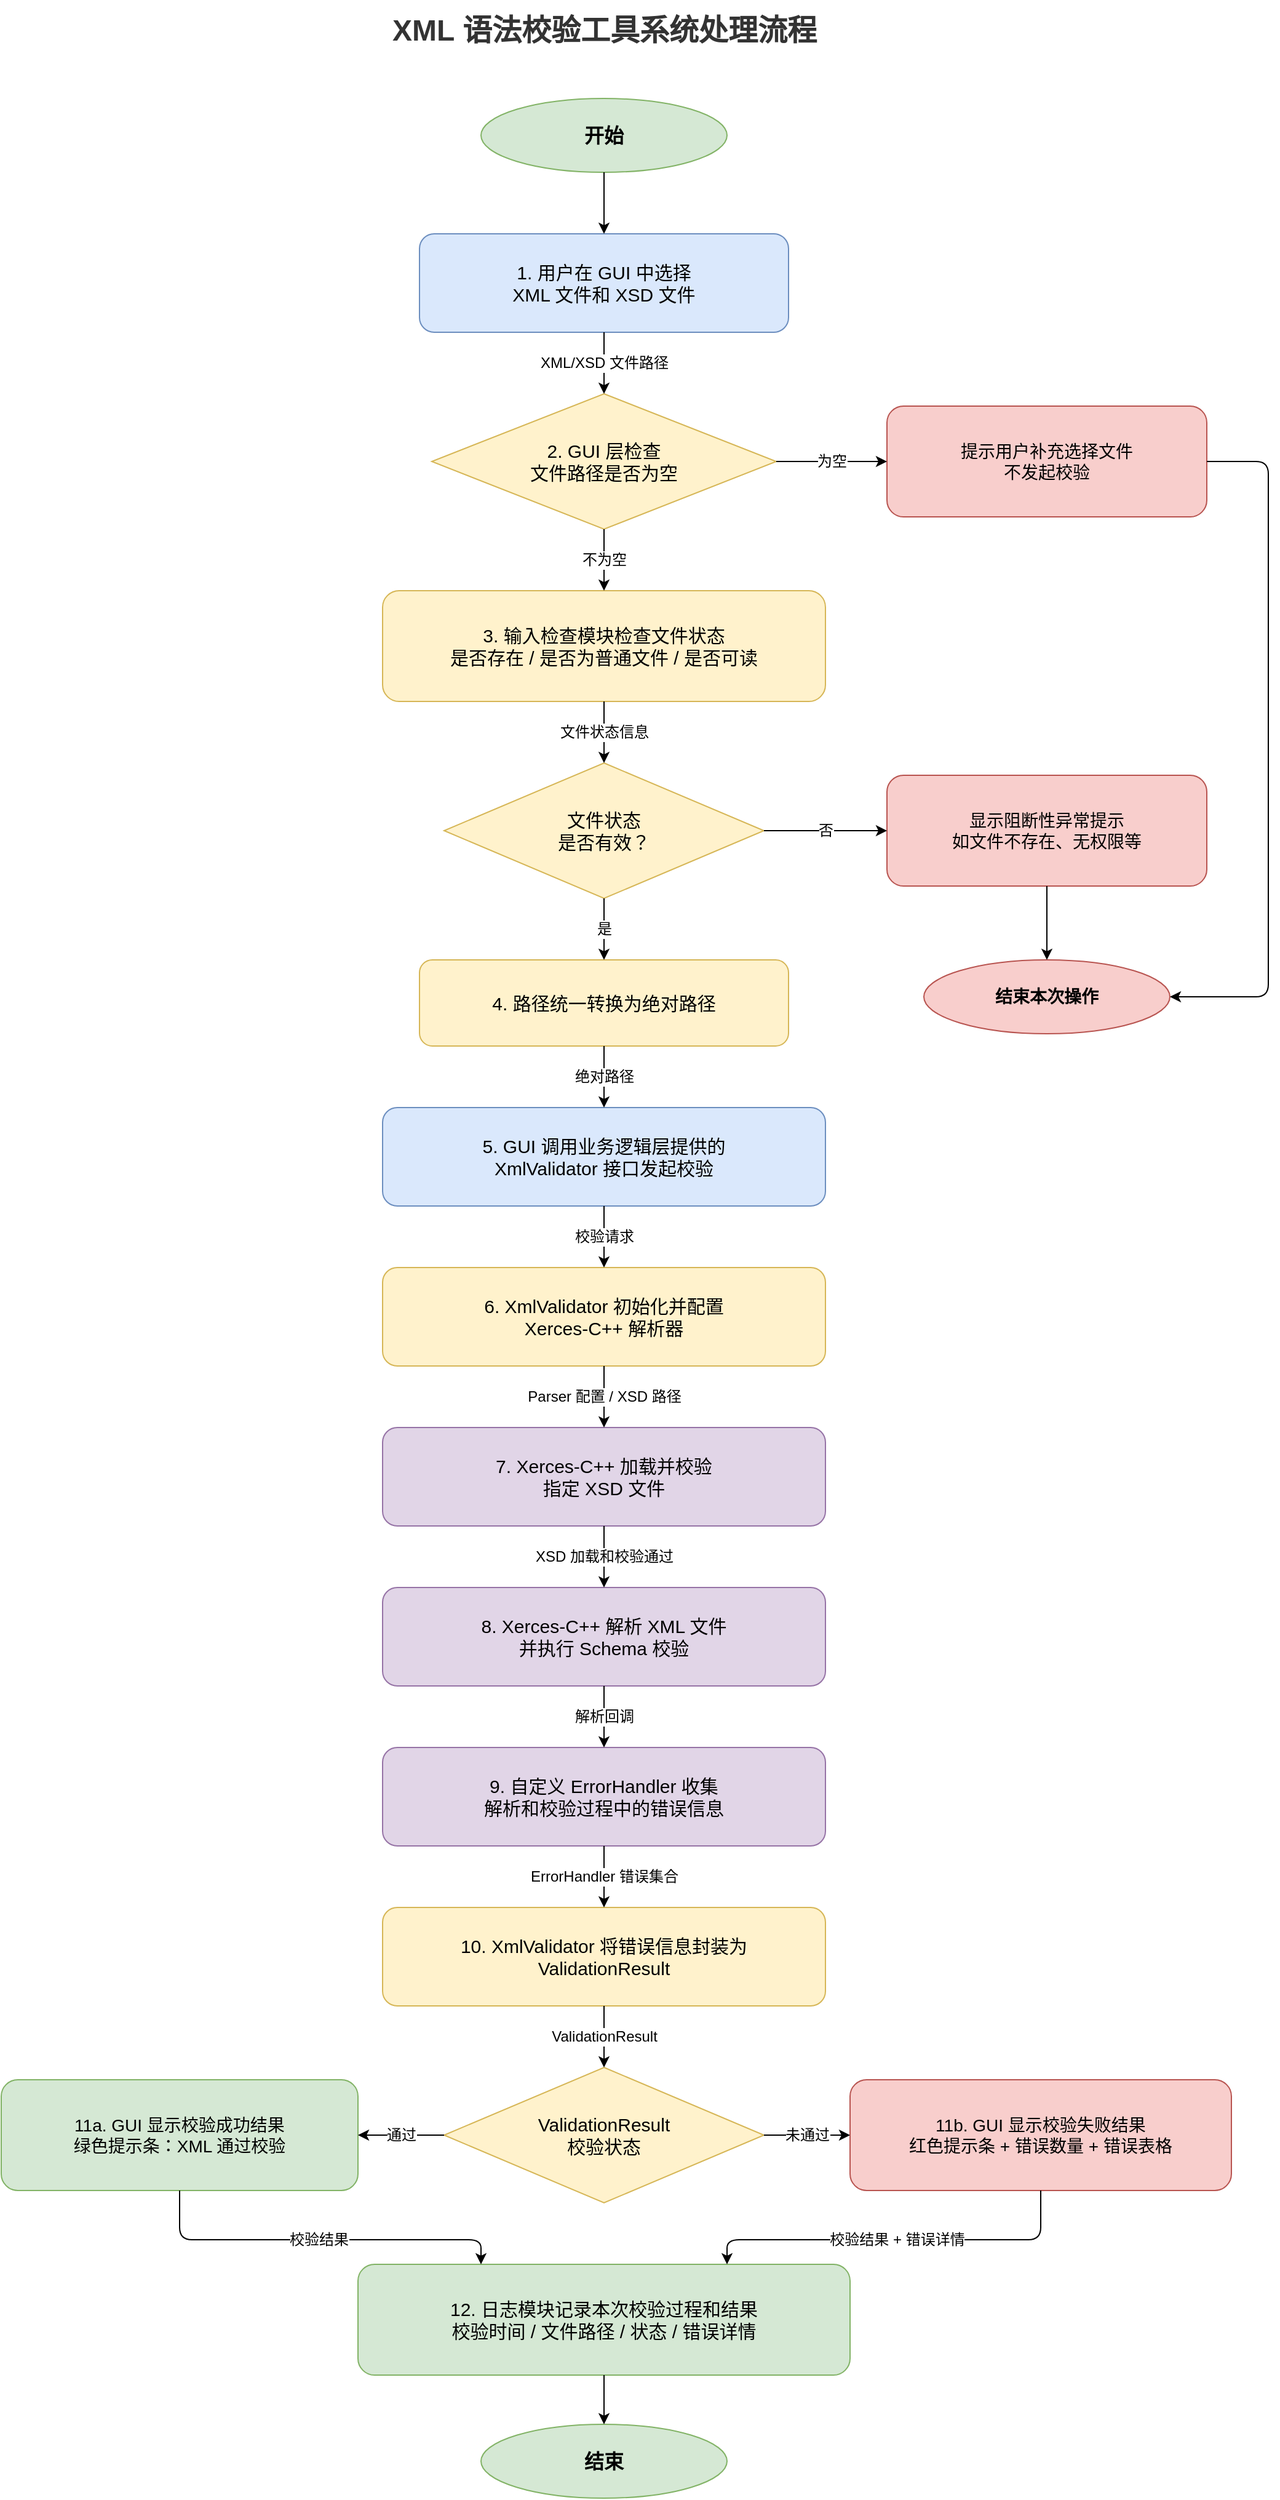
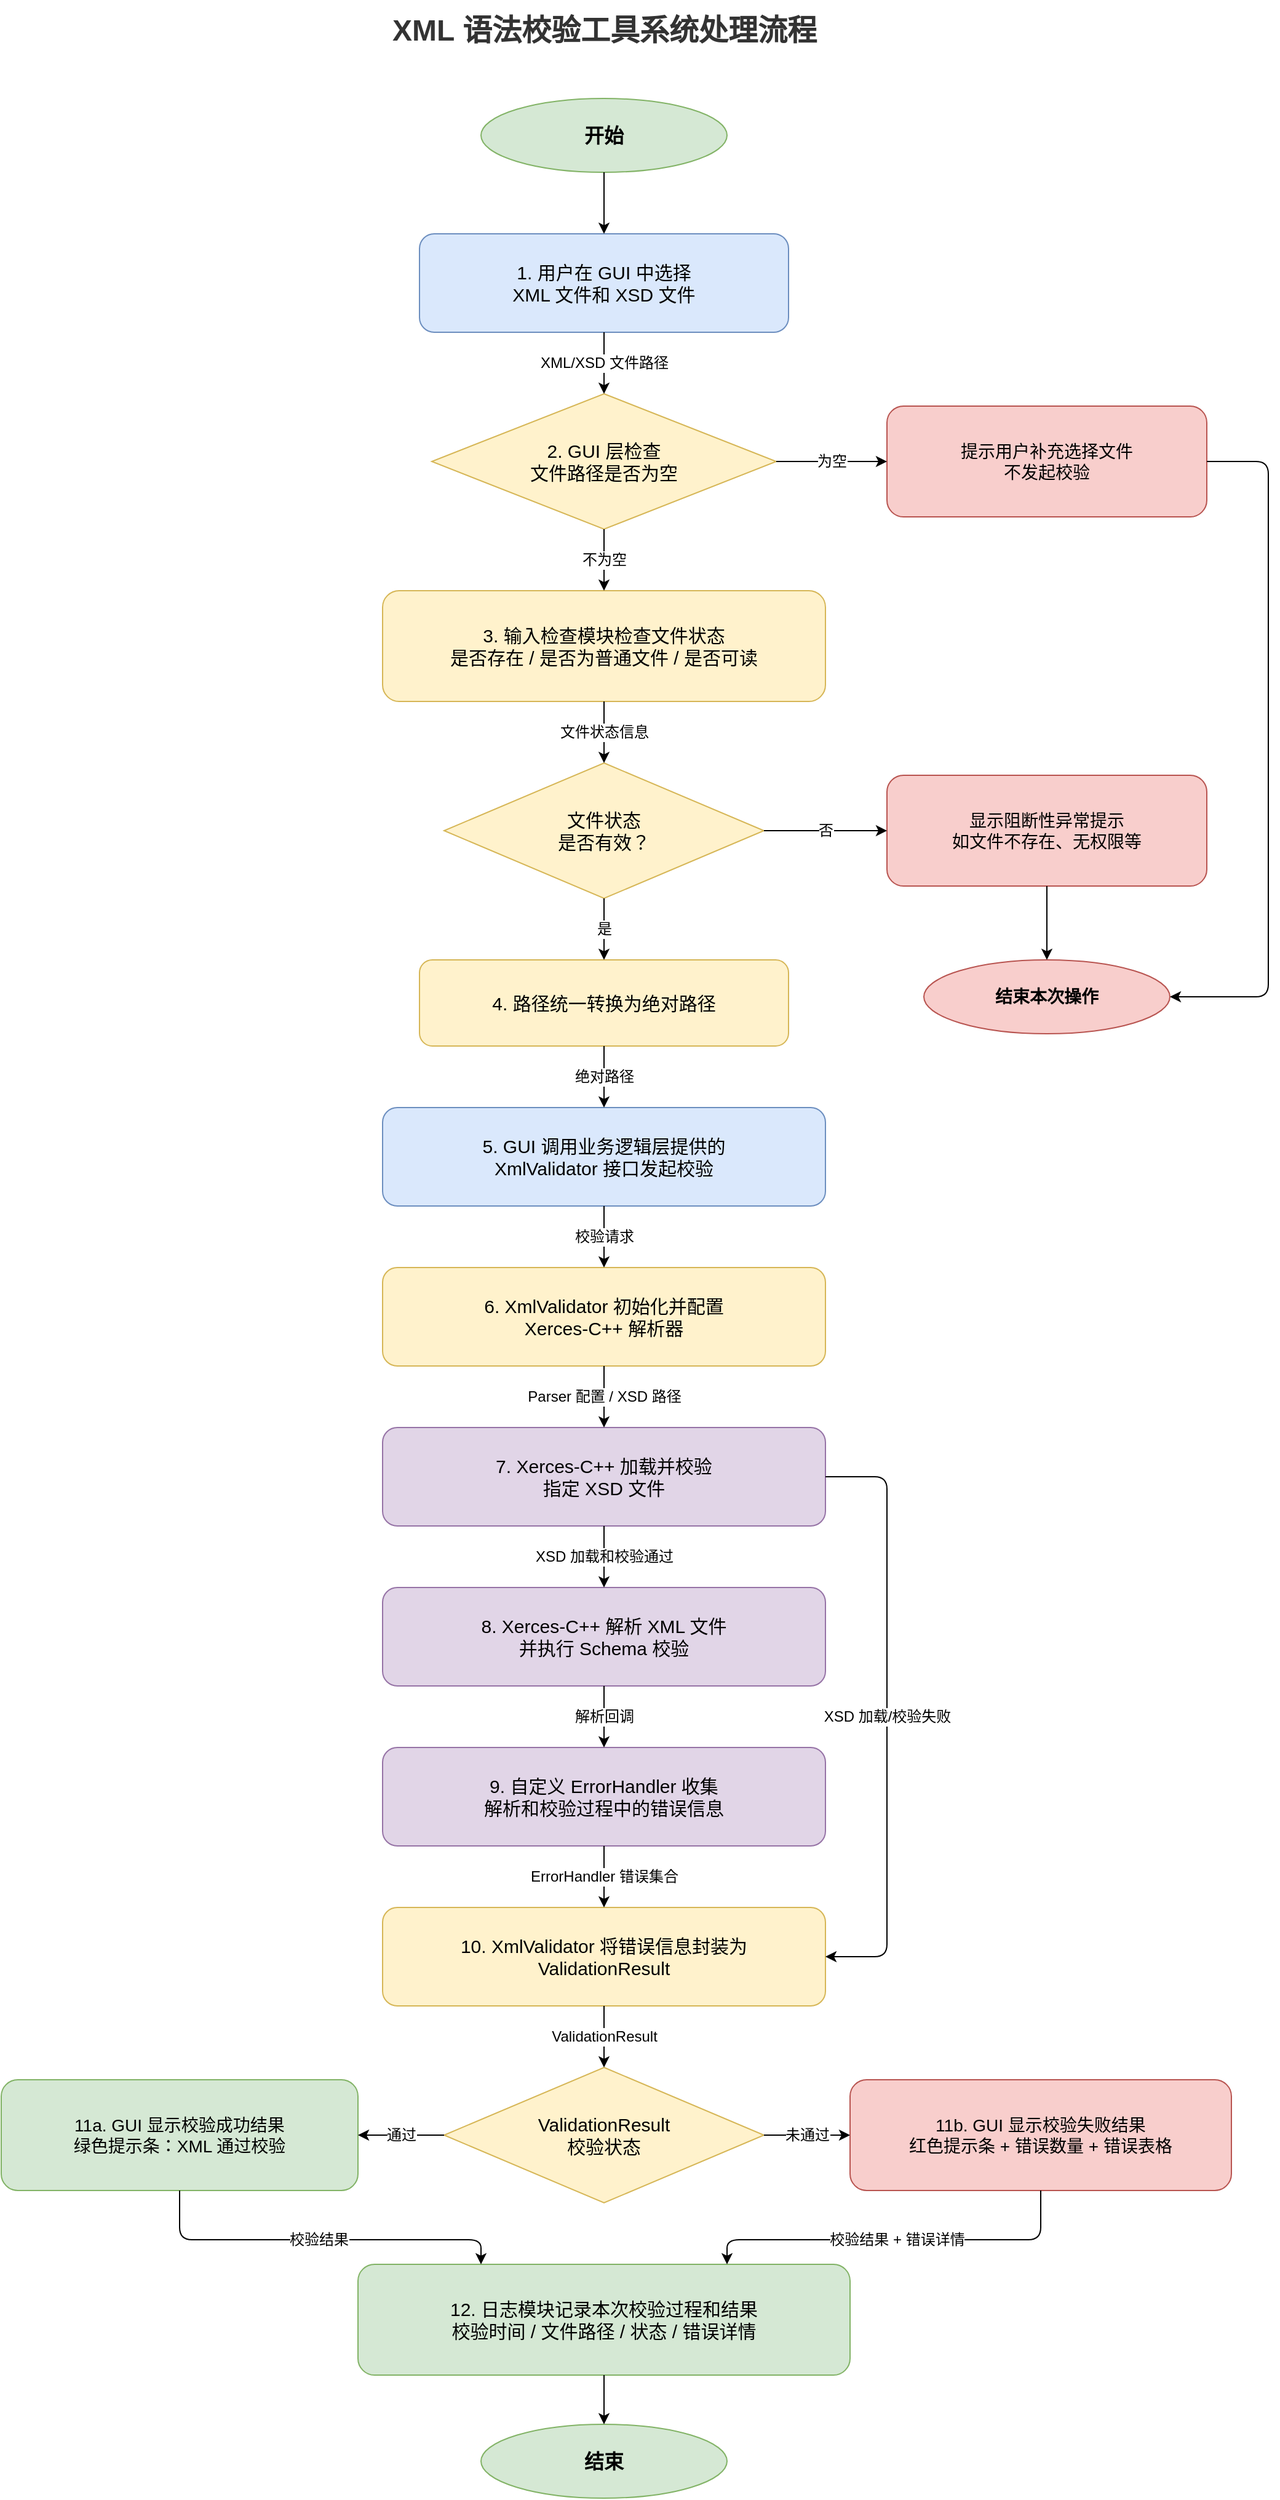
<?xml version="1.0" encoding="UTF-8"?>
<mxfile host="drawio" version="26.0.0">
  <diagram name="系统处理流程">
    <mxGraphModel dx="1422" dy="794" grid="1" gridSize="10" guides="1" tooltips="1" connect="1" arrows="1" fold="1" page="1" pageScale="1" pageWidth="1400" pageHeight="2100" math="0" shadow="0">
      <root>
        <mxCell id="0" />
        <mxCell id="1" parent="0" />
        <mxCell id="title" value="XML 语法校验工具系统处理流程" style="text;html=1;strokeColor=none;fillColor=none;align=center;verticalAlign=middle;fontSize=24;fontStyle=1;fontColor=#333333;" vertex="1" parent="1">
          <mxGeometry x="350" y="30" width="700" height="50" as="geometry" />
        </mxCell>
        <mxCell id="start" value="开始" style="ellipse;whiteSpace=wrap;html=1;fillColor=#d5e8d4;strokeColor=#82b366;fontSize=16;fontStyle=1;" vertex="1" parent="1">
          <mxGeometry x="600" y="110" width="200" height="60" as="geometry" />
        </mxCell>
        <mxCell id="s1" value="1. 用户在 GUI 中选择&#xa;XML 文件和 XSD 文件" style="rounded=1;whiteSpace=wrap;html=1;fillColor=#dae8fc;strokeColor=#6c8ebf;fontSize=15;spacing=8;" vertex="1" parent="1">
          <mxGeometry x="550" y="220" width="300" height="80" as="geometry" />
        </mxCell>
        <mxCell id="d1" value="2. GUI 层检查&#xa;文件路径是否为空" style="rhombus;whiteSpace=wrap;html=1;fillColor=#fff2cc;strokeColor=#d6b656;fontSize=15;spacing=8;" vertex="1" parent="1">
          <mxGeometry x="560" y="350" width="280" height="110" as="geometry" />
        </mxCell>
        <mxCell id="ex1" value="提示用户补充选择文件&#xa;不发起校验" style="rounded=1;whiteSpace=wrap;html=1;fillColor=#f8cecc;strokeColor=#b85450;fontSize=14;spacing=8;" vertex="1" parent="1">
          <mxGeometry x="930" y="360" width="260" height="90" as="geometry" />
        </mxCell>
        <mxCell id="s3" value="3. 输入检查模块检查文件状态&#xa;是否存在 / 是否为普通文件 / 是否可读" style="rounded=1;whiteSpace=wrap;html=1;fillColor=#fff2cc;strokeColor=#d6b656;fontSize=15;spacing=8;" vertex="1" parent="1">
          <mxGeometry x="520" y="510" width="360" height="90" as="geometry" />
        </mxCell>
        <mxCell id="d2" value="文件状态&#xa;是否有效？" style="rhombus;whiteSpace=wrap;html=1;fillColor=#fff2cc;strokeColor=#d6b656;fontSize=15;spacing=8;" vertex="1" parent="1">
          <mxGeometry x="570" y="650" width="260" height="110" as="geometry" />
        </mxCell>
        <mxCell id="ex2" value="显示阻断性异常提示&#xa;如文件不存在、无权限等" style="rounded=1;whiteSpace=wrap;html=1;fillColor=#f8cecc;strokeColor=#b85450;fontSize=14;spacing=8;" vertex="1" parent="1">
          <mxGeometry x="930" y="660" width="260" height="90" as="geometry" />
        </mxCell>
        <mxCell id="ex_end" value="结束本次操作" style="ellipse;whiteSpace=wrap;html=1;fillColor=#f8cecc;strokeColor=#b85450;fontSize=14;fontStyle=1;" vertex="1" parent="1">
          <mxGeometry x="960" y="810" width="200" height="60" as="geometry" />
        </mxCell>
        <mxCell id="s4" value="4. 路径统一转换为绝对路径" style="rounded=1;whiteSpace=wrap;html=1;fillColor=#fff2cc;strokeColor=#d6b656;fontSize=15;spacing=8;" vertex="1" parent="1">
          <mxGeometry x="550" y="810" width="300" height="70" as="geometry" />
        </mxCell>
        <mxCell id="s5" value="5. GUI 调用业务逻辑层提供的&#xa;XmlValidator 接口发起校验" style="rounded=1;whiteSpace=wrap;html=1;fillColor=#dae8fc;strokeColor=#6c8ebf;fontSize=15;spacing=8;" vertex="1" parent="1">
          <mxGeometry x="520" y="930" width="360" height="80" as="geometry" />
        </mxCell>
        <mxCell id="s6" value="6. XmlValidator 初始化并配置&#xa;Xerces-C++ 解析器" style="rounded=1;whiteSpace=wrap;html=1;fillColor=#fff2cc;strokeColor=#d6b656;fontSize=15;spacing=8;" vertex="1" parent="1">
          <mxGeometry x="520" y="1060" width="360" height="80" as="geometry" />
        </mxCell>
        <mxCell id="s7" value="7. Xerces-C++ 加载并校验&#xa;指定 XSD 文件" style="rounded=1;whiteSpace=wrap;html=1;fillColor=#e1d5e7;strokeColor=#9673a6;fontSize=15;spacing=8;" vertex="1" parent="1">
          <mxGeometry x="520" y="1190" width="360" height="80" as="geometry" />
        </mxCell>
        <mxCell id="s8" value="8. Xerces-C++ 解析 XML 文件&#xa;并执行 Schema 校验" style="rounded=1;whiteSpace=wrap;html=1;fillColor=#e1d5e7;strokeColor=#9673a6;fontSize=15;spacing=8;" vertex="1" parent="1">
          <mxGeometry x="520" y="1320" width="360" height="80" as="geometry" />
        </mxCell>
        <mxCell id="s9h" value="9. 自定义 ErrorHandler 收集&#xa;解析和校验过程中的错误信息" style="rounded=1;whiteSpace=wrap;html=1;fillColor=#e1d5e7;strokeColor=#9673a6;fontSize=15;spacing=8;" vertex="1" parent="1">
          <mxGeometry x="520" y="1450" width="360" height="80" as="geometry" />
        </mxCell>
        <mxCell id="s9" value="10. XmlValidator 将错误信息封装为&#xa;ValidationResult" style="rounded=1;whiteSpace=wrap;html=1;fillColor=#fff2cc;strokeColor=#d6b656;fontSize=15;spacing=8;" vertex="1" parent="1">
          <mxGeometry x="520" y="1580" width="360" height="80" as="geometry" />
        </mxCell>
        <mxCell id="d3" value="ValidationResult&#xa;校验状态" style="rhombus;whiteSpace=wrap;html=1;fillColor=#fff2cc;strokeColor=#d6b656;fontSize=15;spacing=8;" vertex="1" parent="1">
          <mxGeometry x="570" y="1710" width="260" height="110" as="geometry" />
        </mxCell>
        <mxCell id="ok" value="11a. GUI 显示校验成功结果&#xa;绿色提示条：XML 通过校验" style="rounded=1;whiteSpace=wrap;html=1;fillColor=#d5e8d4;strokeColor=#82b366;fontSize=14;spacing=8;" vertex="1" parent="1">
          <mxGeometry x="210" y="1720" width="290" height="90" as="geometry" />
        </mxCell>
        <mxCell id="bad" value="11b. GUI 显示校验失败结果&#xa;红色提示条 + 错误数量 + 错误表格" style="rounded=1;whiteSpace=wrap;html=1;fillColor=#f8cecc;strokeColor=#b85450;fontSize=14;spacing=8;" vertex="1" parent="1">
          <mxGeometry x="900" y="1720" width="310" height="90" as="geometry" />
        </mxCell>
        <mxCell id="log" value="12. 日志模块记录本次校验过程和结果&#xa;校验时间 / 文件路径 / 状态 / 错误详情" style="rounded=1;whiteSpace=wrap;html=1;fillColor=#d5e8d4;strokeColor=#82b366;fontSize=15;spacing=8;" vertex="1" parent="1">
          <mxGeometry x="500" y="1870" width="400" height="90" as="geometry" />
        </mxCell>
        <mxCell id="end" value="结束" style="ellipse;whiteSpace=wrap;html=1;fillColor=#d5e8d4;strokeColor=#82b366;fontSize=16;fontStyle=1;" vertex="1" parent="1">
          <mxGeometry x="600" y="2000" width="200" height="60" as="geometry" />
        </mxCell>
+ 
+ 
+ 
        <mxCell id="e_start_s1" value="" style="edgeStyle=orthogonalEdgeStyle;rounded=1;orthogonalLoop=1;jettySize=auto;html=1;exitX=0.5;exitY=1;exitDx=0;exitDy=0;entryX=0.5;entryY=0;entryDx=0;entryDy=0;" edge="1" parent="1" source="start" target="s1">
          <mxGeometry relative="1" as="geometry" />
        </mxCell>
        <mxCell id="e_s1_d1" value="XML/XSD 文件路径" style="edgeStyle=orthogonalEdgeStyle;rounded=1;orthogonalLoop=1;jettySize=auto;html=1;fontSize=12;labelBackgroundColor=#ffffff;exitX=0.5;exitY=1;exitDx=0;exitDy=0;entryX=0.5;entryY=0;entryDx=0;entryDy=0;" edge="1" parent="1" source="s1" target="d1">
          <mxGeometry relative="1" as="geometry" />
        </mxCell>
        <mxCell id="e_d1_ex1" value="为空" style="edgeStyle=orthogonalEdgeStyle;rounded=1;orthogonalLoop=1;jettySize=auto;html=1;fontSize=12;labelBackgroundColor=#ffffff;exitX=1;exitY=0.5;exitDx=0;exitDy=0;entryX=0;entryY=0.5;entryDx=0;entryDy=0;" edge="1" parent="1" source="d1" target="ex1">
          <mxGeometry relative="1" as="geometry" />
        </mxCell>
        <mxCell id="e_d1_s3" value="不为空" style="edgeStyle=orthogonalEdgeStyle;rounded=1;orthogonalLoop=1;jettySize=auto;html=1;fontSize=12;labelBackgroundColor=#ffffff;exitX=0.5;exitY=1;exitDx=0;exitDy=0;entryX=0.5;entryY=0;entryDx=0;entryDy=0;" edge="1" parent="1" source="d1" target="s3">
          <mxGeometry relative="1" as="geometry" />
        </mxCell>
        <mxCell id="e_s3_d2" value="文件状态信息" style="edgeStyle=orthogonalEdgeStyle;rounded=1;orthogonalLoop=1;jettySize=auto;html=1;fontSize=12;labelBackgroundColor=#ffffff;exitX=0.5;exitY=1;exitDx=0;exitDy=0;entryX=0.5;entryY=0;entryDx=0;entryDy=0;" edge="1" parent="1" source="s3" target="d2">
          <mxGeometry relative="1" as="geometry" />
        </mxCell>
        <mxCell id="e_d2_ex2" value="否" style="edgeStyle=orthogonalEdgeStyle;rounded=1;orthogonalLoop=1;jettySize=auto;html=1;fontSize=12;labelBackgroundColor=#ffffff;exitX=1;exitY=0.5;exitDx=0;exitDy=0;entryX=0;entryY=0.5;entryDx=0;entryDy=0;" edge="1" parent="1" source="d2" target="ex2">
          <mxGeometry relative="1" as="geometry" />
        </mxCell>
        <mxCell id="e_d2_s4" value="是" style="edgeStyle=orthogonalEdgeStyle;rounded=1;orthogonalLoop=1;jettySize=auto;html=1;fontSize=12;labelBackgroundColor=#ffffff;exitX=0.5;exitY=1;exitDx=0;exitDy=0;entryX=0.5;entryY=0;entryDx=0;entryDy=0;" edge="1" parent="1" source="d2" target="s4">
          <mxGeometry relative="1" as="geometry" />
        </mxCell>
        <mxCell id="e_s4_s5" value="绝对路径" style="edgeStyle=orthogonalEdgeStyle;rounded=1;orthogonalLoop=1;jettySize=auto;html=1;fontSize=12;labelBackgroundColor=#ffffff;exitX=0.5;exitY=1;exitDx=0;exitDy=0;entryX=0.5;entryY=0;entryDx=0;entryDy=0;" edge="1" parent="1" source="s4" target="s5">
          <mxGeometry relative="1" as="geometry" />
        </mxCell>
        <mxCell id="e_s5_s6" value="校验请求" style="edgeStyle=orthogonalEdgeStyle;rounded=1;orthogonalLoop=1;jettySize=auto;html=1;fontSize=12;labelBackgroundColor=#ffffff;exitX=0.5;exitY=1;exitDx=0;exitDy=0;entryX=0.5;entryY=0;entryDx=0;entryDy=0;" edge="1" parent="1" source="s5" target="s6">
          <mxGeometry relative="1" as="geometry" />
        </mxCell>
        <mxCell id="e_s6_s7" value="Parser 配置 / XSD 路径" style="edgeStyle=orthogonalEdgeStyle;rounded=1;orthogonalLoop=1;jettySize=auto;html=1;fontSize=12;labelBackgroundColor=#ffffff;exitX=0.5;exitY=1;exitDx=0;exitDy=0;entryX=0.5;entryY=0;entryDx=0;entryDy=0;" edge="1" parent="1" source="s6" target="s7">
          <mxGeometry relative="1" as="geometry" />
        </mxCell>
        <mxCell id="e_s7_s8" value="XSD 加载和校验通过" style="edgeStyle=orthogonalEdgeStyle;rounded=1;orthogonalLoop=1;jettySize=auto;html=1;fontSize=12;labelBackgroundColor=#ffffff;exitX=0.5;exitY=1;exitDx=0;exitDy=0;entryX=0.5;entryY=0;entryDx=0;entryDy=0;" edge="1" parent="1" source="s7" target="s8">
          <mxGeometry relative="1" as="geometry" />
        </mxCell>
+ 
+         <!-- 新增：XSD 加载失败异常分支 -->
+         <mxCell id="e_s7_s9" value="XSD 加载/校验失败" style="edgeStyle=orthogonalEdgeStyle;rounded=1;orthogonalLoop=1;jettySize=auto;html=1;fontSize=12;labelBackgroundColor=#ffffff;exitX=1;exitY=0.5;exitDx=0;exitDy=0;entryX=1;entryY=0.5;entryDx=0;entryDy=0;" edge="1" parent="1" source="s7" target="s9">
+           <mxGeometry relative="1" as="geometry">
+             <Array as="points">
+               <mxPoint x="930" y="1230" />
+               <mxPoint x="930" y="1620" />
+             </Array>
+           </mxGeometry>
+         </mxCell>
+ 
        <mxCell id="e_s8_s9h" value="解析回调" style="edgeStyle=orthogonalEdgeStyle;rounded=1;orthogonalLoop=1;jettySize=auto;html=1;fontSize=12;labelBackgroundColor=#ffffff;exitX=0.5;exitY=1;exitDx=0;exitDy=0;entryX=0.5;entryY=0;entryDx=0;entryDy=0;" edge="1" parent="1" source="s8" target="s9h">
          <mxGeometry relative="1" as="geometry" />
        </mxCell>
        <mxCell id="e_s8_s9" value="ErrorHandler 错误集合" style="edgeStyle=orthogonalEdgeStyle;rounded=1;orthogonalLoop=1;jettySize=auto;html=1;fontSize=12;labelBackgroundColor=#ffffff;exitX=0.5;exitY=1;exitDx=0;exitDy=0;entryX=0.5;entryY=0;entryDx=0;entryDy=0;" edge="1" parent="1" source="s9h" target="s9">
          <mxGeometry relative="1" as="geometry" />
        </mxCell>
        <mxCell id="e_s9_d3" value="ValidationResult" style="edgeStyle=orthogonalEdgeStyle;rounded=1;orthogonalLoop=1;jettySize=auto;html=1;fontSize=12;labelBackgroundColor=#ffffff;exitX=0.5;exitY=1;exitDx=0;exitDy=0;entryX=0.5;entryY=0;entryDx=0;entryDy=0;" edge="1" parent="1" source="s9" target="d3">
          <mxGeometry relative="1" as="geometry" />
        </mxCell>
        <mxCell id="e_d3_ok" value="通过" style="edgeStyle=orthogonalEdgeStyle;rounded=1;orthogonalLoop=1;jettySize=auto;html=1;fontSize=12;labelBackgroundColor=#ffffff;exitX=0;exitY=0.5;exitDx=0;exitDy=0;entryX=1;entryY=0.5;entryDx=0;entryDy=0;" edge="1" parent="1" source="d3" target="ok">
          <mxGeometry relative="1" as="geometry" />
        </mxCell>
        <mxCell id="e_d3_bad" value="未通过" style="edgeStyle=orthogonalEdgeStyle;rounded=1;orthogonalLoop=1;jettySize=auto;html=1;fontSize=12;labelBackgroundColor=#ffffff;exitX=1;exitY=0.5;exitDx=0;exitDy=0;entryX=0;entryY=0.5;entryDx=0;entryDy=0;" edge="1" parent="1" source="d3" target="bad">
          <mxGeometry relative="1" as="geometry" />
        </mxCell>
+ 
+         <!-- 新增：ValidationResult Failed 走向及日志节点指向 -->
+         <mxCell id="e_d3_fail" value="失败" style="edgeStyle=orthogonalEdgeStyle;rounded=1;orthogonalLoop=1;jettySize=auto;html=1;fontSize=12;labelBackgroundColor=#ffffff;exitX=0.5;exitY=1;exitDx=0;exitDy=0;entryX=0.5;entryY=0;entryDx=0;entryDy=0;" edge="1" parent="1" source="d3" target="fail">
+           <mxGeometry relative="1" as="geometry" />
+         </mxCell>
+         <mxCell id="e_fail_log" value="记录系统运行日志" style="edgeStyle=orthogonalEdgeStyle;rounded=1;orthogonalLoop=1;jettySize=auto;html=1;fontSize=12;labelBackgroundColor=#ffffff;exitX=0.5;exitY=1;exitDx=0;exitDy=0;entryX=0.5;entryY=0;entryDx=0;entryDy=0;" edge="1" parent="1" source="fail" target="log">
+           <mxGeometry relative="1" as="geometry" />
+         </mxCell>
+ 
        <mxCell id="e_ok_log" value="校验结果" style="edgeStyle=orthogonalEdgeStyle;rounded=1;orthogonalLoop=1;jettySize=auto;html=1;fontSize=12;labelBackgroundColor=#ffffff;exitX=0.5;exitY=1;exitDx=0;exitDy=0;entryX=0.25;entryY=0;entryDx=0;entryDy=0;" edge="1" parent="1" source="ok" target="log">
          <mxGeometry relative="1" as="geometry">
            <Array as="points">
              <mxPoint x="355" y="1850" />
              <mxPoint x="600" y="1850" />
            </Array>
          </mxGeometry>
        </mxCell>
        <mxCell id="e_bad_log" value="校验结果 + 错误详情" style="edgeStyle=orthogonalEdgeStyle;rounded=1;orthogonalLoop=1;jettySize=auto;html=1;fontSize=12;labelBackgroundColor=#ffffff;exitX=0.5;exitY=1;exitDx=0;exitDy=0;entryX=0.75;entryY=0;entryDx=0;entryDy=0;" edge="1" parent="1" source="bad" target="log">
          <mxGeometry relative="1" as="geometry">
            <Array as="points">
              <mxPoint x="1055" y="1850" />
              <mxPoint x="800" y="1850" />
            </Array>
          </mxGeometry>
        </mxCell>
        <mxCell id="e_log_end" value="" style="edgeStyle=orthogonalEdgeStyle;rounded=1;orthogonalLoop=1;jettySize=auto;html=1;exitX=0.5;exitY=1;exitDx=0;exitDy=0;entryX=0.5;entryY=0;entryDx=0;entryDy=0;" edge="1" parent="1" source="log" target="end">
          <mxGeometry relative="1" as="geometry" />
        </mxCell>
        <mxCell id="e_ex1_end" value="" style="edgeStyle=orthogonalEdgeStyle;rounded=1;orthogonalLoop=1;jettySize=auto;html=1;fontSize=12;labelBackgroundColor=#ffffff;exitX=1;exitY=0.5;exitDx=0;exitDy=0;entryX=1;entryY=0.5;entryDx=0;entryDy=0;" edge="1" parent="1" source="ex1" target="ex_end">
          <mxGeometry relative="1" as="geometry">
            <Array as="points">
              <mxPoint x="1240" y="405" />
              <mxPoint x="1240" y="840" />
            </Array>
          </mxGeometry>
        </mxCell>
        <mxCell id="e_ex2_end" value="" style="edgeStyle=orthogonalEdgeStyle;rounded=1;orthogonalLoop=1;jettySize=auto;html=1;fontSize=12;labelBackgroundColor=#ffffff;exitX=0.5;exitY=1;exitDx=0;exitDy=0;entryX=0.5;entryY=0;entryDx=0;entryDy=0;" edge="1" parent="1" source="ex2" target="ex_end">
          <mxGeometry relative="1" as="geometry" />
        </mxCell>
      </root>
    </mxGraphModel>
  </diagram>
</mxfile>
